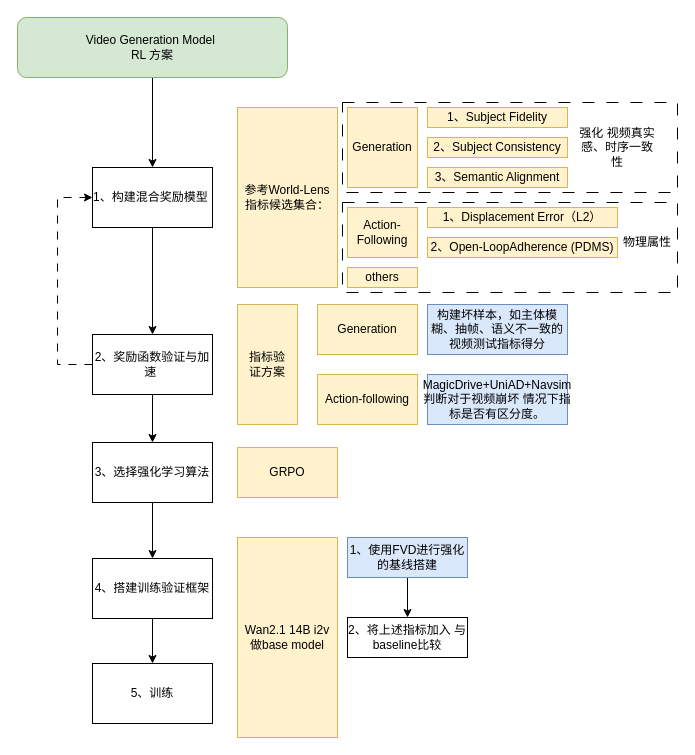
Above: 未命名绘图.drawio in NinoNeumann/drawio_projects (draw.io), before the change. Source tidied: cells renumbered, new cells numbered last; positions are measured from the earlier drawing's top-left corner, leaving out a move shared by most shapes. Both pictures are drawn from the tidied source at 100%, with x=0, y=0 at pixel (17, 17).
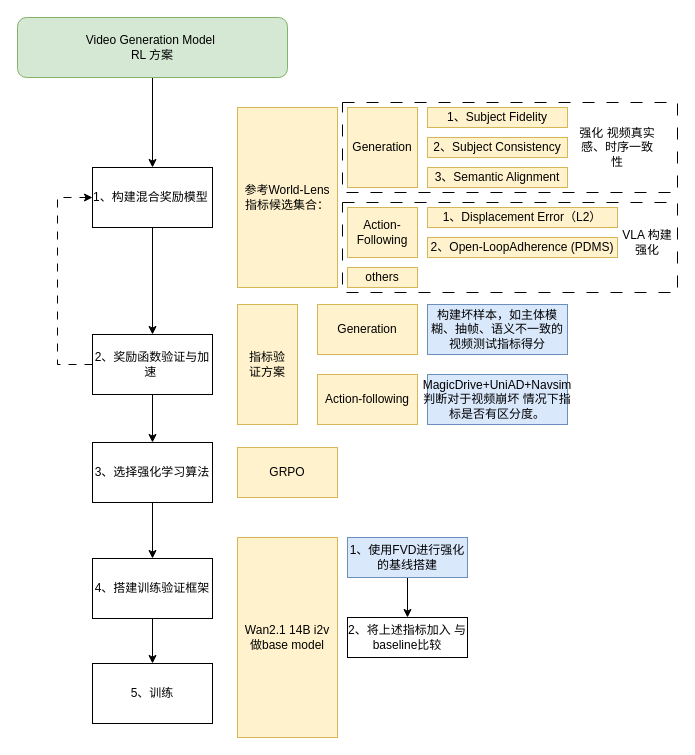
After the change.

Commit message:
更改强化指标的说明

What changed in the source:
```diff
@@
-    <mxCell id="34" value="&lt;div&gt;&lt;div class=&quot;old-record-id-EjQWdC0hdol9gax5VGzcSR5pnGg&quot;&gt;物理属性&lt;/div&gt;&lt;/div&gt;&lt;span data-lark-record-data=&quot;{&amp;quot;rootId&amp;quot;:&amp;quot;XtzDdxadioLPFHxd20zcfBhknxf&amp;quot;,&amp;quot;text&amp;quot;:{&amp;quot;initialAttributedTexts&amp;quot;:{&amp;quot;text&amp;quot;:{&amp;quot;0&amp;quot;:&amp;quot;物理属性&amp;quot;},&amp;quot;attribs&amp;quot;:{&amp;quot;0&amp;quot;:&amp;quot;*0+4&amp;quot;}},&amp;quot;apool&amp;quot;:{&amp;quot;numToAttrib&amp;quot;:{&amp;quot;0&amp;quot;:[&amp;quot;author&amp;quot;,&amp;quot;7483726879371853852&amp;quot;]},&amp;quot;nextNum&amp;quot;:1}},&amp;quot;type&amp;quot;:&amp;quot;text&amp;quot;,&amp;quot;referenceRecordMap&amp;quot;:{},&amp;quot;extra&amp;quot;:{&amp;quot;channel&amp;quot;:&amp;quot;saas&amp;quot;,&amp;quot;isEqualBlockSelection&amp;quot;:false,&amp;quot;pasteRandomId&amp;quot;:&amp;quot;0d092d42-68f9-48a5-81fd-73fc05a0f356&amp;quot;,&amp;quot;mention_page_title&amp;quot;:{},&amp;quot;external_mention_url&amp;quot;:{}},&amp;quot;isKeepQuoteContainer&amp;quot;:false,&amp;quot;isFromCode&amp;quot;:false,&amp;quot;selection&amp;quot;:[{&amp;quot;id&amp;quot;:50,&amp;quot;type&amp;quot;:&amp;quot;text&amp;quot;,&amp;quot;selection&amp;quot;:{&amp;quot;start&amp;quot;:36,&amp;quot;end&amp;quot;:40},&amp;quot;recordId&amp;quot;:&amp;quot;EjQWdC0hdol9gax5VGzcSR5pnGg&amp;quot;}],&amp;quot;payloadMap&amp;quot;:{},&amp;quot;isCut&amp;quot;:false}&quot; class=&quot;lark-record-clipboard&quot;&gt;&lt;/span&gt;" style="text;html=1;whiteSpace=wrap;strokeColor=none;fillColor=none;align=center;verticalAlign=middle;rounded=0;" parent="1" vertex="1">
+    <mxCell id="34" value="&lt;div&gt;&lt;div class=&quot;old-record-id-EjQWdC0hdol9gax5VGzcSR5pnGg&quot;&gt;VLA 构建强化&lt;/div&gt;&lt;/div&gt;&lt;span data-lark-record-data=&quot;{&amp;quot;rootId&amp;quot;:&amp;quot;XtzDdxadioLPFHxd20zcfBhknxf&amp;quot;,&amp;quot;text&amp;quot;:{&amp;quot;initialAttributedTexts&amp;quot;:{&amp;quot;text&amp;quot;:{&amp;quot;0&amp;quot;:&amp;quot;物理属性&amp;quot;},&amp;quot;attribs&amp;quot;:{&amp;quot;0&amp;quot;:&amp;quot;*0+4&amp;quot;}},&amp;quot;apool&amp;quot;:{&amp;quot;numToAttrib&amp;quot;:{&amp;quot;0&amp;quot;:[&amp;quot;author&amp;quot;,&amp;quot;7483726879371853852&amp;quot;]},&amp;quot;nextNum&amp;quot;:1}},&amp;quot;type&amp;quot;:&amp;quot;text&amp;quot;,&amp;quot;referenceRecordMap&amp;quot;:{},&amp;quot;extra&amp;quot;:{&amp;quot;channel&amp;quot;:&amp;quot;saas&amp;quot;,&amp;quot;isEqualBlockSelection&amp;quot;:false,&amp;quot;pasteRandomId&amp;quot;:&amp;quot;0d092d42-68f9-48a5-81fd-73fc05a0f356&amp;quot;,&amp;quot;mention_page_title&amp;quot;:{},&amp;quot;external_mention_url&amp;quot;:{}},&amp;quot;isKeepQuoteContainer&amp;quot;:false,&amp;quot;isFromCode&amp;quot;:false,&amp;quot;selection&amp;quot;:[{&amp;quot;id&amp;quot;:50,&amp;quot;type&amp;quot;:&amp;quot;text&amp;quot;,&amp;quot;selection&amp;quot;:{&amp;quot;start&amp;quot;:36,&amp;quot;end&amp;quot;:40},&amp;quot;recordId&amp;quot;:&amp;quot;EjQWdC0hdol9gax5VGzcSR5pnGg&amp;quot;}],&amp;quot;payloadMap&amp;quot;:{},&amp;quot;isCut&amp;quot;:false}&quot; class=&quot;lark-record-clipboard&quot;&gt;&lt;/span&gt;" style="text;html=1;whiteSpace=wrap;strokeColor=none;fillColor=none;align=center;verticalAlign=middle;rounded=0;" parent="1" vertex="1">
       <mxGeometry x="600" y="210" width="60" height="30" as="geometry" />
     </mxCell>
```
